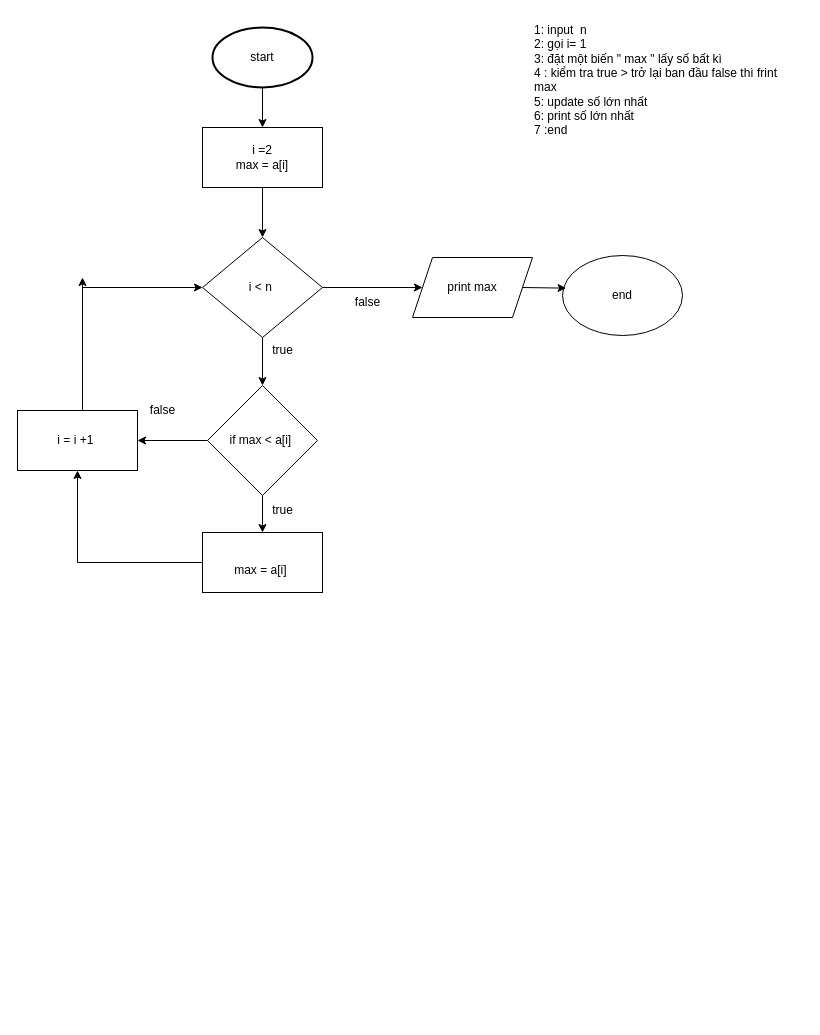
Above: Biểu đồ không có tiêu đề.drawio in thang-code/congenial-potato (draw.io), before the change. Source tidied: cells renumbered, new cells numbered last; positions are measured from the earlier drawing's top-left corner, leaving out a move shared by most shapes. Both pictures are drawn from the tidied source at 100%, with x=0, y=0 at pixel (17, 17).
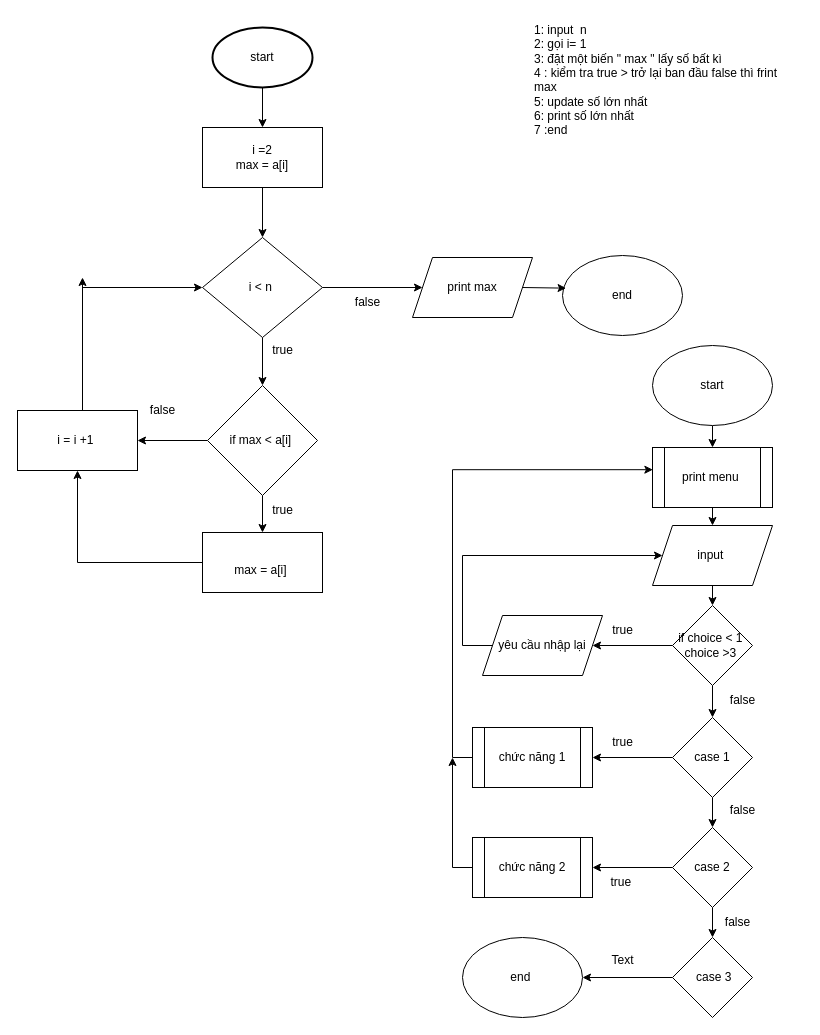
The same page after the edit.

Commit message (it also covers changes not shown here):
Cập nhật Biểu đồ không có tiêu đề.drawio

Diff of the diagram source:
```diff
@@
+    <mxCell id="25" style="edgeStyle=orthogonalEdgeStyle;rounded=0;jettySize=auto;html=1;exitX=0.5;exitY=1;exitDx=0;exitDy=0;entryX=0.5;entryY=0;entryDx=0;entryDy=0;" parent="1" edge="1" source="26" target="41">
+      <mxGeometry relative="1" as="geometry" />
+    </mxCell>
+    <mxCell id="26" value="start" style="ellipse;whiteSpace=wrap;html=1;" parent="1" vertex="1">
+      <mxGeometry x="635" y="328" width="120" height="80" as="geometry" />
+    </mxCell>
+    <mxCell id="27" style="edgeStyle=orthogonalEdgeStyle;rounded=0;jettySize=auto;html=1;exitX=0;exitY=0.5;exitDx=0;exitDy=0;entryX=0.003;entryY=0.37;entryDx=0;entryDy=0;entryPerimeter=0;" parent="1" edge="1" source="28" target="41">
+      <mxGeometry relative="1" as="geometry" />
+    </mxCell>
+    <mxCell id="28" value="chức năng 1" style="shape=process;whiteSpace=wrap;html=1;backgroundOutline=1;" parent="1" vertex="1">
+      <mxGeometry x="455" y="710" width="120" height="60" as="geometry" />
+    </mxCell>
+    <mxCell id="29" style="edgeStyle=orthogonalEdgeStyle;rounded=0;jettySize=auto;html=1;exitX=0;exitY=0.5;exitDx=0;exitDy=0;entryX=1;entryY=0.5;entryDx=0;entryDy=0;" parent="1" edge="1" source="31" target="28">
+      <mxGeometry relative="1" as="geometry" />
+    </mxCell>
+    <mxCell id="30" style="edgeStyle=orthogonalEdgeStyle;rounded=0;jettySize=auto;html=1;exitX=0.5;exitY=1;exitDx=0;exitDy=0;entryX=0.5;entryY=0;entryDx=0;entryDy=0;" parent="1" edge="1" source="31" target="36">
+      <mxGeometry relative="1" as="geometry" />
+    </mxCell>
+    <mxCell id="31" value="case 1" style="rhombus;whiteSpace=wrap;html=1;" parent="1" vertex="1">
+      <mxGeometry x="655" y="700" width="80" height="80" as="geometry" />
+    </mxCell>
+    <mxCell id="32" style="edgeStyle=orthogonalEdgeStyle;rounded=0;jettySize=auto;html=1;exitX=0;exitY=0.5;exitDx=0;exitDy=0;" parent="1" edge="1" source="33">
+      <mxGeometry relative="1" as="geometry">
+        <mxPoint x="435" y="740" as="targetPoint" />
+      </mxGeometry>
+    </mxCell>
+    <mxCell id="33" value="chức năng 2" style="shape=process;whiteSpace=wrap;html=1;backgroundOutline=1;" parent="1" vertex="1">
+      <mxGeometry x="455" y="820" width="120" height="60" as="geometry" />
+    </mxCell>
+    <mxCell id="34" style="edgeStyle=orthogonalEdgeStyle;rounded=0;jettySize=auto;html=1;exitX=0;exitY=0.5;exitDx=0;exitDy=0;entryX=1;entryY=0.5;entryDx=0;entryDy=0;" parent="1" edge="1" source="36" target="33">
+      <mxGeometry relative="1" as="geometry" />
+    </mxCell>
+    <mxCell id="35" style="edgeStyle=orthogonalEdgeStyle;rounded=0;jettySize=auto;html=1;exitX=0.5;exitY=1;exitDx=0;exitDy=0;entryX=0.5;entryY=0;entryDx=0;entryDy=0;" parent="1" edge="1" source="36" target="39">
+      <mxGeometry relative="1" as="geometry" />
+    </mxCell>
+    <mxCell id="36" value="case 2" style="rhombus;whiteSpace=wrap;html=1;" parent="1" vertex="1">
+      <mxGeometry x="655" y="810" width="80" height="80" as="geometry" />
+    </mxCell>
+    <mxCell id="37" value="end&amp;nbsp;" style="ellipse;whiteSpace=wrap;html=1;" parent="1" vertex="1">
+      <mxGeometry x="445" y="920" width="120" height="80" as="geometry" />
+    </mxCell>
+    <mxCell id="38" style="edgeStyle=orthogonalEdgeStyle;rounded=0;jettySize=auto;html=1;exitX=0;exitY=0.5;exitDx=0;exitDy=0;entryX=1;entryY=0.5;entryDx=0;entryDy=0;" parent="1" edge="1" source="39" target="37">
+      <mxGeometry relative="1" as="geometry" />
+    </mxCell>
+    <mxCell id="39" value="&amp;nbsp;case 3" style="rhombus;whiteSpace=wrap;html=1;" parent="1" vertex="1">
+      <mxGeometry x="655" y="920" width="80" height="80" as="geometry" />
+    </mxCell>
+    <mxCell id="40" style="edgeStyle=orthogonalEdgeStyle;rounded=0;jettySize=auto;html=1;exitX=0.5;exitY=1;exitDx=0;exitDy=0;entryX=0.5;entryY=0;entryDx=0;entryDy=0;" parent="1" edge="1" source="41" target="48">
+      <mxGeometry relative="1" as="geometry" />
+    </mxCell>
+    <mxCell id="41" value="print menu&amp;nbsp;" style="shape=process;whiteSpace=wrap;html=1;backgroundOutline=1;" parent="1" vertex="1">
+      <mxGeometry x="635" y="430" width="120" height="60" as="geometry" />
+    </mxCell>
+    <mxCell id="42" style="edgeStyle=orthogonalEdgeStyle;rounded=0;jettySize=auto;html=1;exitX=0.5;exitY=1;exitDx=0;exitDy=0;entryX=0.5;entryY=0;entryDx=0;entryDy=0;" parent="1" edge="1" source="44" target="31">
+      <mxGeometry relative="1" as="geometry" />
+    </mxCell>
+    <mxCell id="43" style="edgeStyle=orthogonalEdgeStyle;rounded=0;jettySize=auto;html=1;exitX=0;exitY=0.5;exitDx=0;exitDy=0;entryX=1;entryY=0.5;entryDx=0;entryDy=0;" parent="1" edge="1" source="44" target="54">
+      <mxGeometry relative="1" as="geometry" />
+    </mxCell>
+    <mxCell id="44" value="if choice &amp;lt; 1&amp;nbsp;&lt;br&gt;choice &amp;gt;3&amp;nbsp;" style="rhombus;whiteSpace=wrap;html=1;" parent="1" vertex="1">
+      <mxGeometry x="655" y="588" width="80" height="80" as="geometry" />
+    </mxCell>
+    <mxCell id="45" value="true" style="text;html=1;align=center;verticalAlign=middle;strokeColor=none;fillColor=none;" parent="1" vertex="1">
+      <mxGeometry x="585" y="710" width="40" height="30" as="geometry" />
+    </mxCell>
+    <mxCell id="46" value="true&amp;nbsp;" style="text;html=1;align=center;verticalAlign=middle;strokeColor=none;fillColor=none;" parent="1" vertex="1">
+      <mxGeometry x="580" y="850" width="50" height="30" as="geometry" />
+    </mxCell>
+    <mxCell id="47" style="edgeStyle=orthogonalEdgeStyle;rounded=0;jettySize=auto;html=1;exitX=0.5;exitY=1;exitDx=0;exitDy=0;entryX=0.5;entryY=0;entryDx=0;entryDy=0;" parent="1" edge="1" source="48" target="44">
+      <mxGeometry relative="1" as="geometry" />
+    </mxCell>
+    <mxCell id="48" value="input&amp;nbsp;" style="shape=parallelogram;perimeter=parallelogramPerimeter;whiteSpace=wrap;html=1;fixedSize=1;" parent="1" vertex="1">
+      <mxGeometry x="635" y="508" width="120" height="60" as="geometry" />
+    </mxCell>
+    <mxCell id="49" value="false" style="text;html=1;align=center;verticalAlign=middle;strokeColor=none;fillColor=none;" parent="1" vertex="1">
+      <mxGeometry x="695" y="890" width="50" height="30" as="geometry" />
+    </mxCell>
+    <mxCell id="50" value="false" style="text;html=1;align=center;verticalAlign=middle;strokeColor=none;fillColor=none;" parent="1" vertex="1">
+      <mxGeometry x="700" y="778" width="50" height="30" as="geometry" />
+    </mxCell>
+    <mxCell id="51" value="true" style="text;html=1;align=center;verticalAlign=middle;strokeColor=none;fillColor=none;" parent="1" vertex="1">
+      <mxGeometry x="585" y="598" width="40" height="30" as="geometry" />
+    </mxCell>
+    <mxCell id="52" value="false" style="text;html=1;align=center;verticalAlign=middle;strokeColor=none;fillColor=none;" parent="1" vertex="1">
+      <mxGeometry x="700" y="668" width="50" height="30" as="geometry" />
+    </mxCell>
+    <mxCell id="53" style="edgeStyle=elbowEdgeStyle;rounded=0;jettySize=auto;html=1;exitX=0;exitY=0.5;exitDx=0;exitDy=0;entryX=0;entryY=0.5;entryDx=0;entryDy=0;" parent="1" edge="1" source="54" target="48">
+      <mxGeometry relative="1" as="geometry">
+        <Array as="points">
+          <mxPoint x="445" y="580" />
+        </Array>
+      </mxGeometry>
+    </mxCell>
+    <mxCell id="54" value="yêu cầu nhập lại" style="shape=parallelogram;perimeter=parallelogramPerimeter;whiteSpace=wrap;html=1;fixedSize=1;" parent="1" vertex="1">
+      <mxGeometry x="465" y="598" width="120" height="60" as="geometry" />
+    </mxCell>
+    <mxCell id="55" value="Text" style="text;html=1;align=center;verticalAlign=middle;strokeColor=none;fillColor=none;" parent="1" vertex="1">
+      <mxGeometry x="580" y="928" width="50" height="30" as="geometry" />
+    </mxCell>
```
